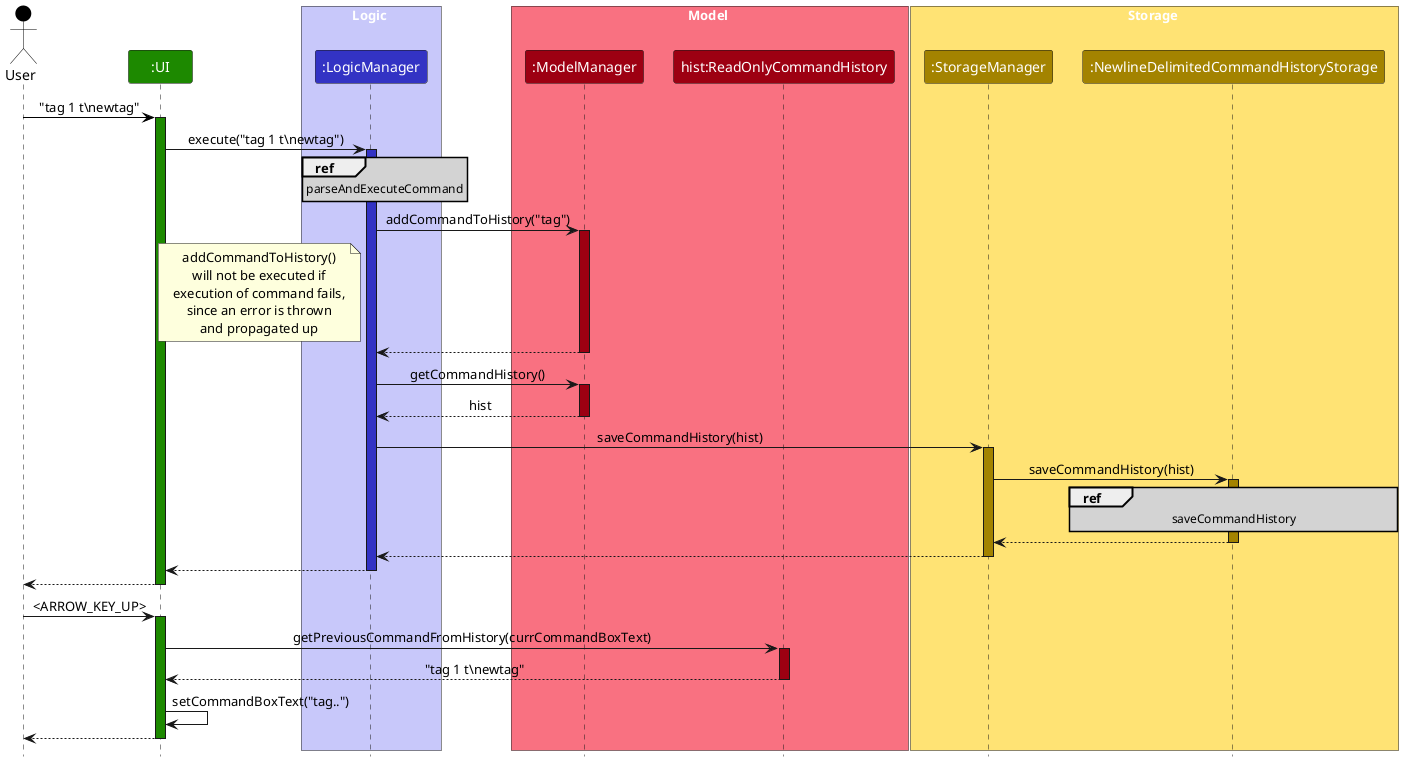
Earlier version of the PlantUML export docs/images/CommandHistorySequenceDiagram.png (AY2526S1-CS2103-F12-2/tp).
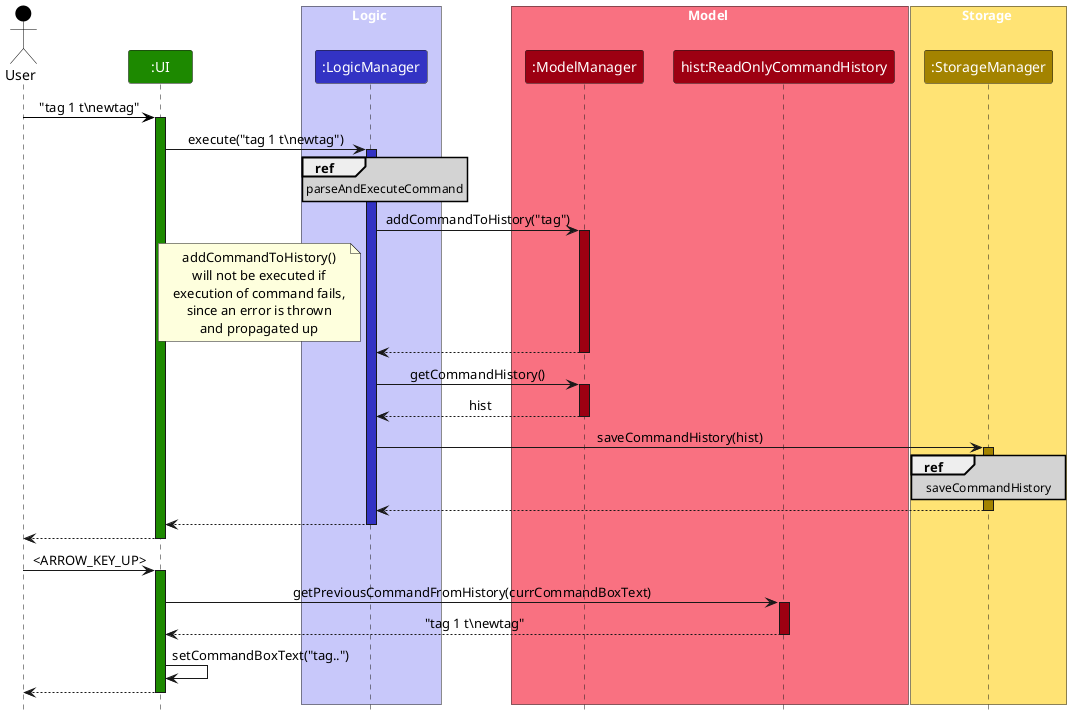
After the commit.

Commit message:
Decrease size of CommandHistSeq diagram

What changed in the source:
```diff
@@ -18,7 +18,6 @@
 
 box Storage STORAGE_COLOR_T1
 Participant ":StorageManager" as storage STORAGE_COLOR
-Participant ":NewlineDelimitedCommandHistoryStorage" as ndchs STORAGE_COLOR
 end box
 
 user -[USER_COLOR]> ui : "tag 1 t\\newtag"
@@ -51,11 +50,7 @@
 logic -> storage: saveCommandHistory(hist)
 activate storage STORAGE_COLOR
 
-storage -> ndchs: saveCommandHistory(hist)
-activate ndchs STORAGE_COLOR
-ref over ndchs: saveCommandHistory
-ndchs --> storage
-deactivate ndchs
+ref over storage: saveCommandHistory
 
 storage --> logic
 deactivate storage
```
